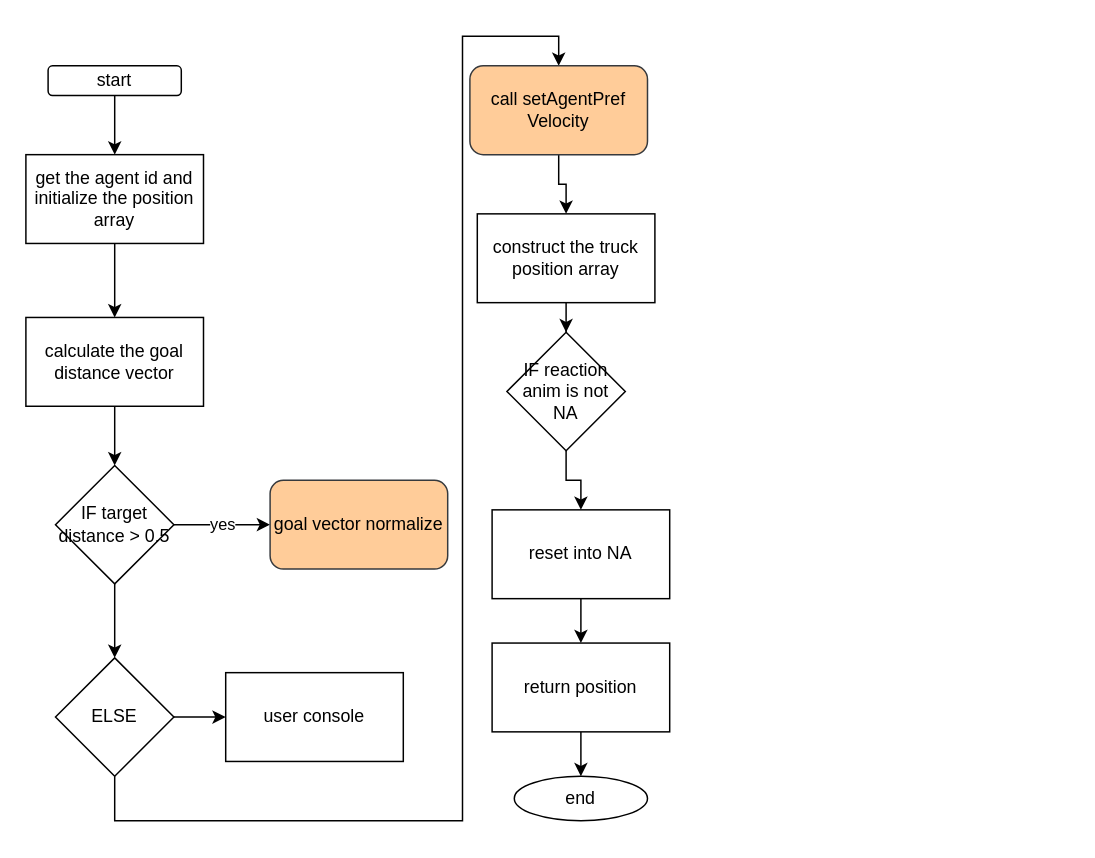
Above: tower/update.drawio in sivagit/diagrams (draw.io), before the change. Source tidied: cells renumbered, new cells numbered last; positions are measured from the earlier drawing's top-left corner, leaving out a move shared by most shapes. Both pictures are drawn from the tidied source at 148%, with x=0, y=0 at pixel (25, 36).
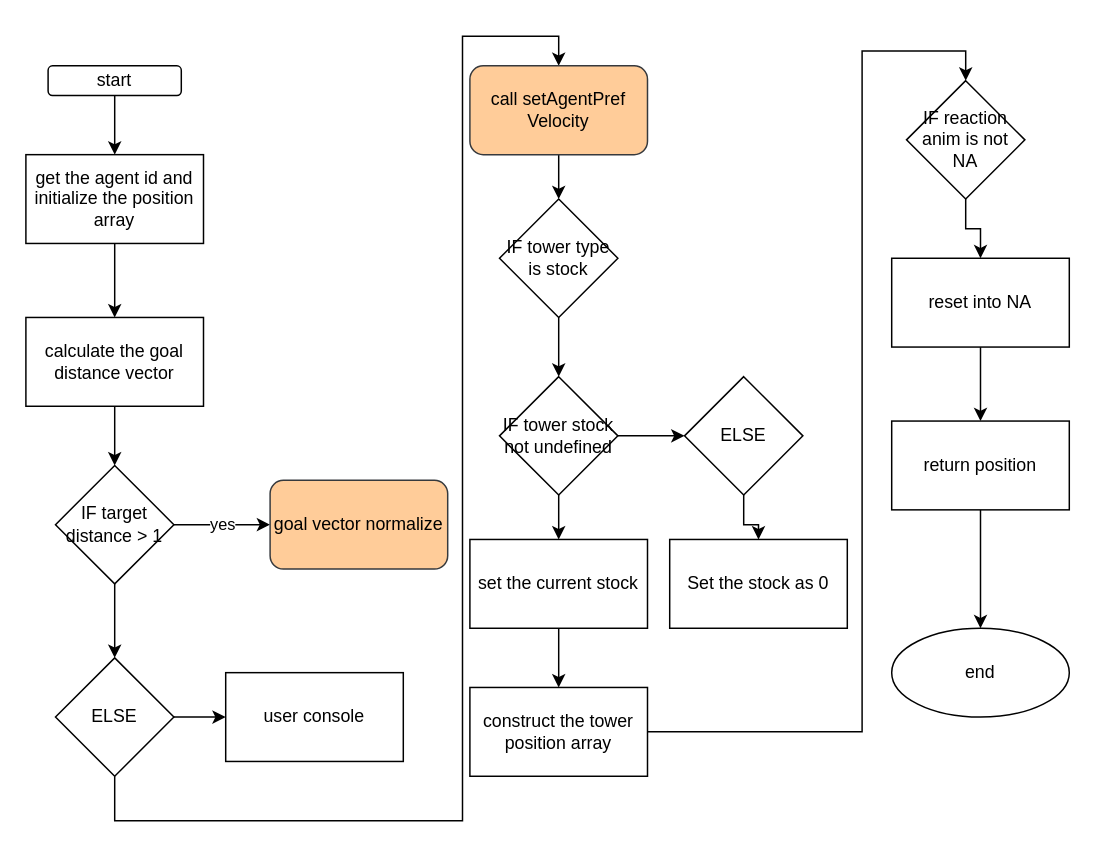
The same diagram, later.

The change refers to these unchanged cells:
```xml
<mxCell id="17" value="call&amp;nbsp;setAgentPref&lt;br&gt;Velocity" style="rounded=1;whiteSpace=wrap;html=1;fillColor=#ffcc99;strokeColor=#36393d;" parent="1" vertex="1">
  <mxGeometry x="300" y="20" width="120" height="60" as="geometry" />
</mxCell>
```

What changed in the source:
```diff
@@
-    <mxCell id="9" value="IF target distance &amp;gt; 0.5" style="rhombus;whiteSpace=wrap;html=1;rounded=0;" parent="1" vertex="1">
+    <mxCell id="9" value="IF target distance &amp;gt; 1" style="rhombus;whiteSpace=wrap;html=1;rounded=0;" parent="1" vertex="1">
       <mxGeometry x="20" y="290" width="80" height="80" as="geometry" />
     </mxCell>
@@
-    <mxCell id="16" style="edgeStyle=orthogonalEdgeStyle;rounded=0;jettySize=auto;html=1;" parent="1" edge="1" source="17" target="19">
-      <mxGeometry relative="1" as="geometry" />
-    </mxCell>
+    <mxCell id="27" style="edgeStyle=orthogonalEdgeStyle;rounded=0;jettySize=auto;html=1;" parent="1" edge="1" source="17" target="29">
+      <mxGeometry relative="1" as="geometry" />
+    </mxCell>
@@
-    <mxCell id="18" style="edgeStyle=orthogonalEdgeStyle;rounded=0;jettySize=auto;html=1;" parent="1" edge="1" source="19" target="21">
-      <mxGeometry relative="1" as="geometry" />
-    </mxCell>
-    <mxCell id="19" value="construct the truck position array" style="whiteSpace=wrap;html=1;rounded=0;" parent="1" vertex="1">
-      <mxGeometry x="305" y="120" width="120" height="60" as="geometry" />
-    </mxCell>
@@
     <mxCell id="21" value="IF reaction anim is not NA" style="rhombus;whiteSpace=wrap;html=1;rounded=0;" parent="1" vertex="1">
-      <mxGeometry x="325" y="200" width="80" height="80" as="geometry" />
+      <mxGeometry x="595" y="30" width="80" height="80" as="geometry" />
     </mxCell>
@@
     <mxCell id="23" value="reset into NA" style="whiteSpace=wrap;html=1;rounded=0;" parent="1" vertex="1">
-      <mxGeometry x="315" y="320" width="120" height="60" as="geometry" />
+      <mxGeometry x="585" y="150" width="120" height="60" as="geometry" />
     </mxCell>
@@
     <mxCell id="25" value="return position" style="whiteSpace=wrap;html=1;rounded=0;" parent="1" vertex="1">
-      <mxGeometry x="315" y="410" width="120" height="60" as="geometry" />
+      <mxGeometry x="585" y="260" width="120" height="60" as="geometry" />
     </mxCell>
+    <mxCell id="28" style="edgeStyle=orthogonalEdgeStyle;rounded=0;jettySize=auto;html=1;" parent="1" edge="1" source="29" target="34">
+      <mxGeometry relative="1" as="geometry" />
+    </mxCell>
+    <mxCell id="29" value="IF tower type is stock" style="rhombus;whiteSpace=wrap;html=1;" parent="1" vertex="1">
+      <mxGeometry x="320" y="110" width="80" height="80" as="geometry" />
+    </mxCell>
+    <mxCell id="30" style="edgeStyle=orthogonalEdgeStyle;rounded=0;jettySize=auto;html=1;entryX=0.5;entryY=0;entryDx=0;entryDy=0;" parent="1" edge="1" source="31" target="21">
+      <mxGeometry relative="1" as="geometry">
+        <Array as="points">
+          <mxPoint x="565" y="470" />
+          <mxPoint x="565" y="10" />
+          <mxPoint x="635" y="10" />
+        </Array>
+      </mxGeometry>
+    </mxCell>
+    <mxCell id="31" value="construct the tower position array" style="whiteSpace=wrap;html=1;rounded=0;" parent="1" vertex="1">
+      <mxGeometry x="300" y="440" width="120" height="60" as="geometry" />
+    </mxCell>
+    <mxCell id="32" style="edgeStyle=orthogonalEdgeStyle;rounded=0;jettySize=auto;html=1;" parent="1" edge="1" source="34" target="36">
+      <mxGeometry relative="1" as="geometry" />
+    </mxCell>
+    <mxCell id="33" style="edgeStyle=orthogonalEdgeStyle;rounded=0;jettySize=auto;html=1;" parent="1" edge="1" source="34" target="38">
+      <mxGeometry relative="1" as="geometry" />
+    </mxCell>
+    <mxCell id="34" value="IF tower stock not undefined" style="rhombus;whiteSpace=wrap;html=1;" parent="1" vertex="1">
+      <mxGeometry x="320" y="230" width="80" height="80" as="geometry" />
+    </mxCell>
+    <mxCell id="35" style="edgeStyle=orthogonalEdgeStyle;rounded=0;jettySize=auto;html=1;" parent="1" edge="1" source="36" target="31">
+      <mxGeometry relative="1" as="geometry" />
+    </mxCell>
+    <mxCell id="36" value="set the current stock" style="whiteSpace=wrap;html=1;" parent="1" vertex="1">
+      <mxGeometry x="300" y="340" width="120" height="60" as="geometry" />
+    </mxCell>
+    <mxCell id="37" style="edgeStyle=orthogonalEdgeStyle;rounded=0;jettySize=auto;html=1;" parent="1" edge="1" source="38" target="39">
+      <mxGeometry relative="1" as="geometry" />
+    </mxCell>
+    <mxCell id="38" value="ELSE" style="rhombus;whiteSpace=wrap;html=1;" parent="1" vertex="1">
+      <mxGeometry x="445" y="230" width="80" height="80" as="geometry" />
+    </mxCell>
+    <mxCell id="39" value="Set the stock as 0" style="whiteSpace=wrap;html=1;" parent="1" vertex="1">
+      <mxGeometry x="435" y="340" width="120" height="60" as="geometry" />
+    </mxCell>
     <mxCell id="26" value="end" style="ellipse;whiteSpace=wrap;html=1;rounded=0;" parent="1" vertex="1">
-      <mxGeometry x="330" y="500" width="90" height="30" as="geometry" />
+      <mxGeometry x="585" y="400" width="120" height="60" as="geometry" />
     </mxCell>
```
